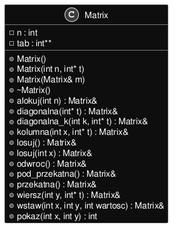
Above: inline_umlgraph_1.png in kluchoo/Matrix (PlantUML), before the change.
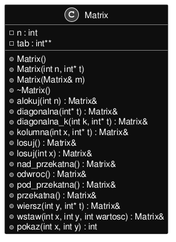
Above is the later version.

Change to the diagram source:
```diff
@@ -15,6 +15,7 @@
 +kolumna(int x, int* t) : Matrix&
 +losuj() : Matrix&
 +losuj(int x) : Matrix&
++nad_przekatna() : Matrix&
 +odwroc() : Matrix&
 +pod_przekatna() : Matrix&
 +przekatna() : Matrix&
```
